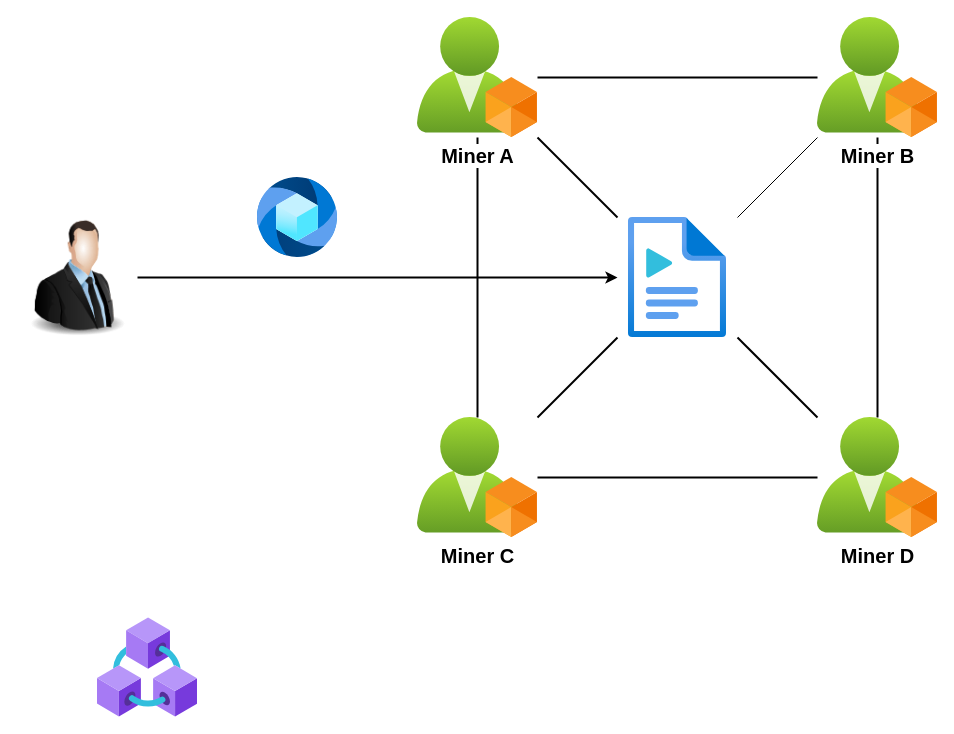
Above: page "Arweave's Architecture" (2 of 3) of Unique/Paper Safe Wallet.drawio in hanggaa/Diagram (draw.io), before the change. Source tidied: cells renumbered, new cells numbered last; positions are measured from the earlier drawing's top-left corner, leaving out a move shared by most shapes. Both pictures are drawn from the tidied source at 100%, with x=0, y=0 at pixel (17, 17).
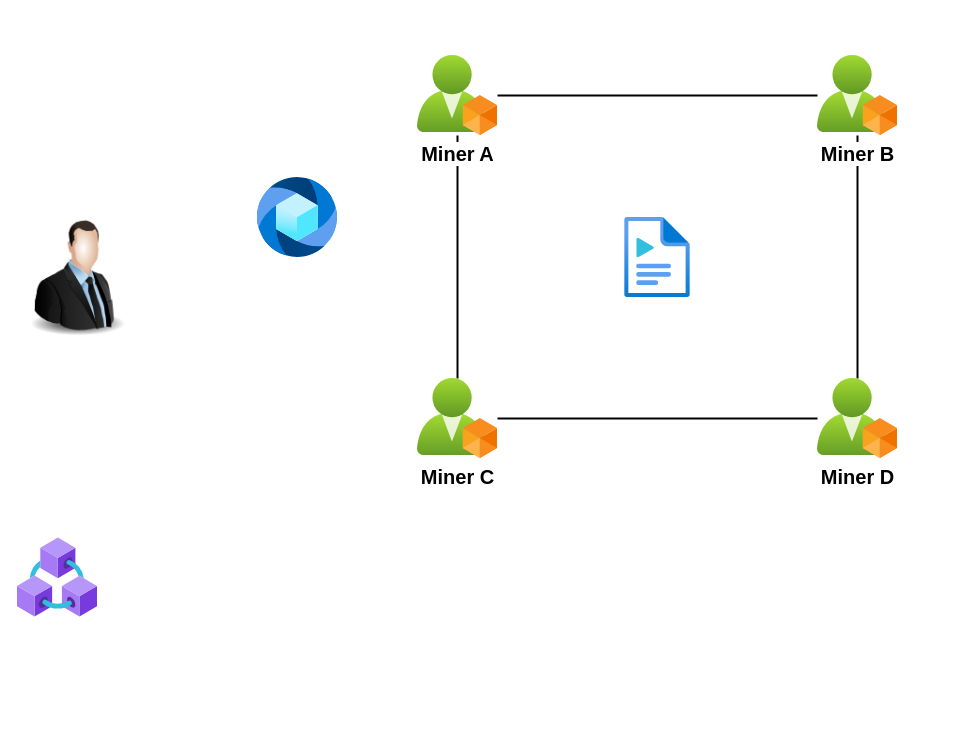
The same diagram, later.

Diff of the diagram source:
```diff
@@
 <mxGraphModel>
   <root>
     <mxCell id="0" />
     <mxCell id="1" parent="0" />
-    <mxCell id="2" style="edgeStyle=orthogonalEdgeStyle;rounded=0;jettySize=auto;html=1;strokeWidth=2;" parent="1" edge="1" source="3" target="8">
-      <mxGeometry relative="1" as="geometry" />
-    </mxCell>
     <mxCell id="3" style="image;html=1;image=img/lib/clip_art/people/Suit_Man_128x128.png;" parent="1" vertex="1">
       <mxGeometry y="200" width="120" height="120" as="geometry" />
     </mxCell>
-    <mxCell id="4" style="rounded=0;jettySize=auto;html=1;endArrow=none;endFill=0;" parent="1" edge="1" source="8" target="17">
-      <mxGeometry relative="1" as="geometry" />
-    </mxCell>
-    <mxCell id="5" style="rounded=0;jettySize=auto;html=1;strokeWidth=2;endArrow=none;endFill=0;" parent="1" edge="1" source="8" target="14">
-      <mxGeometry relative="1" as="geometry" />
-    </mxCell>
-    <mxCell id="6" style="rounded=0;jettySize=auto;html=1;strokeWidth=2;endArrow=none;endFill=0;" parent="1" edge="1" source="8" target="16">
-      <mxGeometry relative="1" as="geometry" />
-    </mxCell>
-    <mxCell id="7" style="rounded=0;jettySize=auto;html=1;endArrow=none;endFill=0;strokeWidth=2;" parent="1" edge="1" source="8" target="11">
-      <mxGeometry relative="1" as="geometry" />
-    </mxCell>
     <mxCell id="8" style="image;html=1;points=[];align=center;fontSize=12;image=img/lib/azure2/general/Media_File.svg;" parent="1" vertex="1">
-      <mxGeometry x="600" y="200" width="120" height="120" as="geometry" />
+      <mxGeometry x="600" y="200" width="80" height="80" as="geometry" />
     </mxCell>
     <mxCell id="9" style="image;html=1;align=center;fontSize=12;image=img/lib/azure2/general/Media.svg;" parent="1" vertex="1">
       <mxGeometry x="240" y="160" width="80" height="80" as="geometry" />
     </mxCell>
     <mxCell id="10" style="edgeStyle=orthogonalEdgeStyle;rounded=0;jettySize=auto;html=1;strokeWidth=2;endArrow=none;endFill=0;" parent="1" edge="1" source="11" target="16">
       <mxGeometry relative="1" as="geometry" />
     </mxCell>
     <mxCell id="11" value="&lt;font style=&quot;font-size: 20px;&quot;&gt;&lt;b&gt;Miner A&lt;/b&gt;&lt;/font&gt;" style="image;html=1;points=[];align=center;fontSize=12;image=img/lib/azure2/identity/Custom_Azure_AD_Roles.svg;verticalAlign=top;horizontal=1;" parent="1" vertex="1">
-      <mxGeometry x="400" width="120" height="120" as="geometry" />
+      <mxGeometry x="400" y="38" width="80" height="80" as="geometry" />
     </mxCell>
     <mxCell id="12" style="edgeStyle=orthogonalEdgeStyle;rounded=0;jettySize=auto;html=1;strokeWidth=2;endArrow=none;endFill=0;" parent="1" edge="1" source="17" target="11">
       <mxGeometry relative="1" as="geometry" />
     </mxCell>
     <mxCell id="13" style="edgeStyle=orthogonalEdgeStyle;rounded=0;jettySize=auto;html=1;entryX=0.5;entryY=1;entryDx=0;entryDy=0;entryPerimeter=0;endArrow=none;endFill=0;strokeWidth=2;" parent="1" edge="1" source="14" target="17">
       <mxGeometry relative="1" as="geometry" />
     </mxCell>
     <mxCell id="14" value="&lt;font style=&quot;font-size: 20px;&quot;&gt;&lt;b&gt;Miner D&lt;/b&gt;&lt;/font&gt;" style="image;html=1;points=[];align=center;fontSize=12;image=img/lib/azure2/identity/Custom_Azure_AD_Roles.svg;" parent="1" vertex="1">
-      <mxGeometry x="800" y="400" width="120" height="120" as="geometry" />
+      <mxGeometry x="800" y="361" width="80" height="80" as="geometry" />
     </mxCell>
     <mxCell id="15" style="edgeStyle=orthogonalEdgeStyle;rounded=0;jettySize=auto;html=1;strokeWidth=2;endArrow=none;endFill=0;" parent="1" edge="1" source="16" target="14">
       <mxGeometry relative="1" as="geometry" />
     </mxCell>
     <mxCell id="16" value="&lt;font size=&quot;1&quot; style=&quot;&quot;&gt;&lt;b style=&quot;font-size: 20px;&quot;&gt;Miner C&lt;/b&gt;&lt;/font&gt;" style="image;html=1;points=[];align=center;fontSize=12;image=img/lib/azure2/identity/Custom_Azure_AD_Roles.svg;" parent="1" vertex="1">
-      <mxGeometry x="400" y="400" width="120" height="120" as="geometry" />
+      <mxGeometry x="400" y="361" width="80" height="80" as="geometry" />
     </mxCell>
     <mxCell id="17" value="&lt;font style=&quot;font-size: 20px;&quot;&gt;&lt;b&gt;Miner B&lt;/b&gt;&lt;/font&gt;" style="image;html=1;points=[];align=center;fontSize=12;image=img/lib/azure2/identity/Custom_Azure_AD_Roles.svg;" parent="1" vertex="1">
-      <mxGeometry x="800" width="120" height="120" as="geometry" />
+      <mxGeometry x="800" y="38" width="80" height="80" as="geometry" />
     </mxCell>
     <mxCell id="18" style="image;html=1;align=center;fontSize=12;image=img/lib/azure2/blockchain/Azure_Blockchain_Service.svg;" parent="1" vertex="1">
-      <mxGeometry x="80" y="600" width="100" height="100" as="geometry" />
+      <mxGeometry y="520" width="80" height="80" as="geometry" />
     </mxCell>
   </root>
 </mxGraphModel>
```
